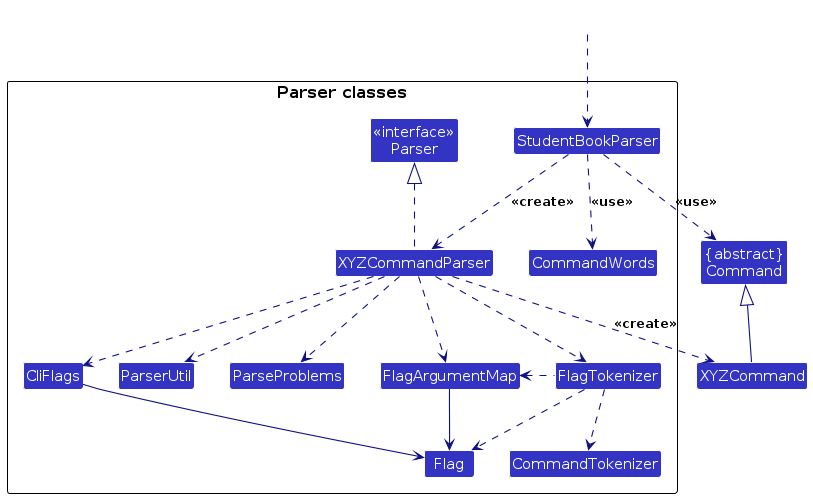
The PlantUML diagram diagrams/ParserClasses.png in AY2627S1-CS2103T-T16-1/tp, before a commit. Its source is kept beside it as diagrams/ParserClasses.puml.
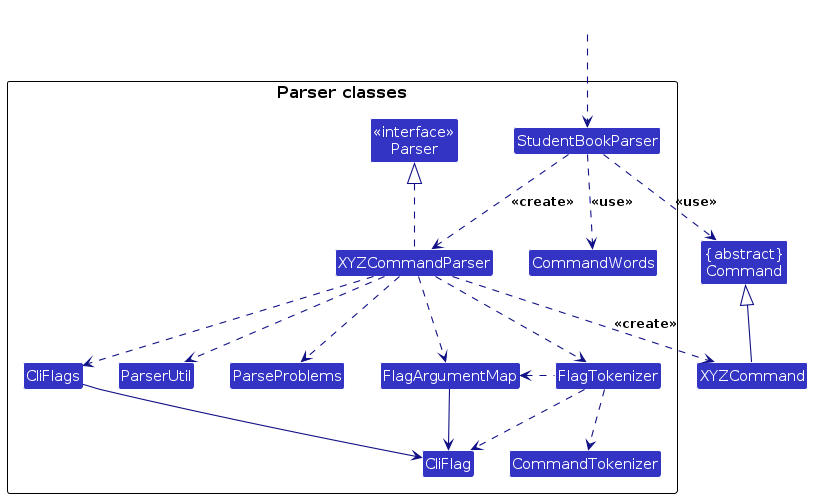
The same diagram one commit later.

The edit, as a diff of the source:
```diff
@@ -16,7 +16,7 @@
 Class FlagArgumentMap
 Class FlagTokenizer
 Class CommandTokenizer
-Class Flag
+Class CliFlag
 Class CommandWords
 Class ParseProblems
 }
@@ -35,10 +35,10 @@
 FlagTokenizer .left.> FlagArgumentMap
 FlagTokenizer ..> CommandTokenizer
 XYZCommandParser ..> CliFlags
-CliFlags --> Flag
+CliFlags --> CliFlag
 XYZCommandParser ..> ParserUtil
 XYZCommandParser ..> ParseProblems
-FlagArgumentMap -down-> Flag
-FlagTokenizer .down.> Flag
+FlagArgumentMap -down-> CliFlag
+FlagTokenizer .down.> CliFlag
 XYZCommand -up-|> Command
 @enduml
```
